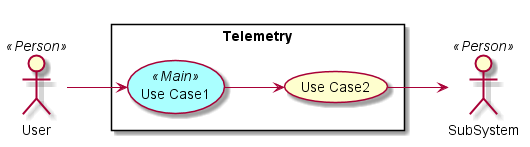
CAADE/C3 keeps this PlantUML diagram as docs/Solution/Telemetry/UseCases.png. Above is the earlier version. Its diagram source:
```plantuml
@startuml

left to right direction

skinparam usecase {
  BackgroudnColor #ffffaa
  BackgroundColor<<Main>> #aaffff
}
actor :User: <<Person>>
actor :SubSystem: <<Person>>


rectangle "Telemetry" {
UseCase UC1 <<Main>> as "Use Case1"
UseCase UC2  as "Use Case2"


User --> UC1
UC1 --> UC2
UC2 --> SubSystem
}

@enduml
```
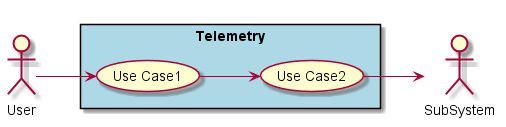
After the change.

The edit, as a diff of the source:
```diff
@@ -2,17 +2,13 @@
 
 left to right direction
 
-skinparam usecase {
-  BackgroudnColor #ffffaa
-  BackgroundColor<<Main>> #aaffff
-}
-actor :User: <<Person>>
-actor :SubSystem: <<Person>>
+actor :User:
+actor :SubSystem:
 
 
-rectangle "Telemetry" {
-UseCase UC1 <<Main>> as "Use Case1"
-UseCase UC2  as "Use Case2"
+rectangle "Telemetry" #lightblue {
+UseCase UC1 as "Use Case1"
+UseCase UC2 as "Use Case2"
 
 
 User --> UC1
```
